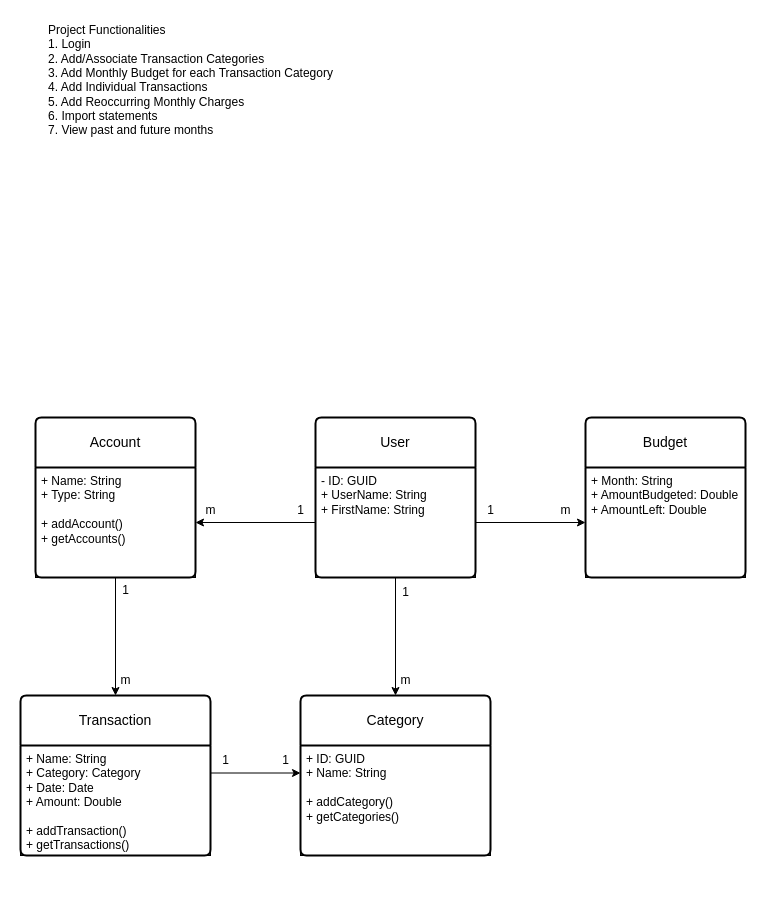
Above: Project Structure.drawio in gdhorner/FinanceFinder (draw.io), before the change. Source tidied: cells renumbered, new cells numbered last; positions are measured from the earlier drawing's top-left corner, leaving out a move shared by most shapes. Both pictures are drawn from the tidied source at 100%, with x=0, y=0 at pixel (20, 17).
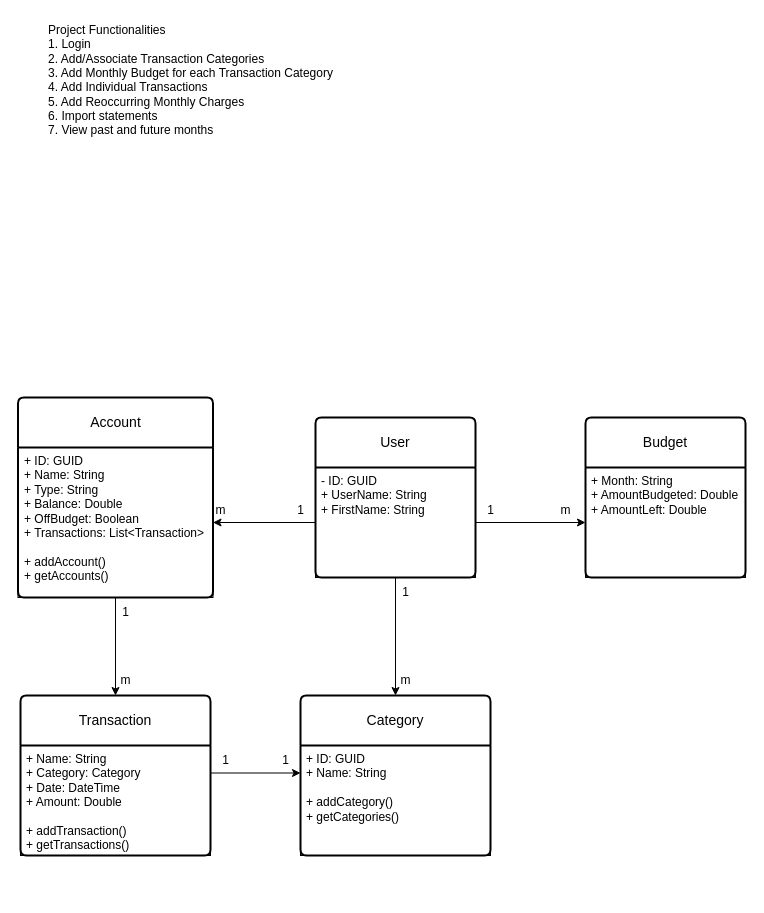
After the change.

The change refers to these unchanged cells:
```xml
<mxCell id="10" value="Transaction" style="swimlane;horizontal=1;startSize=50;rounded=1;fontSize=14;fontStyle=0;strokeWidth=2;shadow=0;align=center;arcSize=4;whiteSpace=wrap;html=1;" parent="1" vertex="1">
  <mxGeometry y="678" width="190" height="160" as="geometry" />
</mxCell>
```

Diff of the diagram source:
```diff
@@
     <mxCell id="5" value="Account" style="swimlane;horizontal=1;startSize=50;rounded=1;fontSize=14;fontStyle=0;strokeWidth=2;shadow=0;align=center;arcSize=4;whiteSpace=wrap;html=1;" parent="1" vertex="1">
-      <mxGeometry x="15" y="400" width="160" height="160" as="geometry" />
+      <mxGeometry x="-2.5" y="380" width="195" height="200" as="geometry" />
     </mxCell>
-    <mxCell id="6" value="+ Name: String&lt;br&gt;+ Type: String&lt;br&gt;&lt;br&gt;+ addAccount()&lt;br&gt;+ getAccounts()&lt;br&gt;&amp;nbsp;&amp;nbsp;" style="align=left;strokeColor=default;fillColor=none;spacingLeft=4;fontSize=12;verticalAlign=top;html=1;" parent="5" vertex="1">
-      <mxGeometry y="50" width="160" height="110" as="geometry" />
+    <mxCell id="6" value="+ ID: GUID&lt;br&gt;+ Name: String&lt;br&gt;+ Type: String&lt;br&gt;+ Balance: Double&lt;br&gt;+ OffBudget: Boolean&amp;nbsp; &amp;nbsp; &amp;nbsp; &amp;nbsp;&amp;nbsp;&lt;br&gt;+ Transactions: List&amp;lt;Transaction&amp;gt;&lt;br&gt;&lt;br&gt;+ addAccount()&lt;br&gt;+ getAccounts()&lt;br&gt;&amp;nbsp;&amp;nbsp;" style="align=left;strokeColor=default;fillColor=none;spacingLeft=4;fontSize=12;verticalAlign=top;html=1;" parent="5" vertex="1">
+      <mxGeometry y="50" width="195" height="150" as="geometry" />
     </mxCell>
@@
     <mxCell id="9" value="m" style="text;html=1;align=center;verticalAlign=middle;strokeColor=none;fillColor=none;" parent="1" vertex="1">
-      <mxGeometry x="175" y="478" width="30" height="30" as="geometry" />
+      <mxGeometry x="185" y="478" width="30" height="30" as="geometry" />
     </mxCell>
@@
-    <mxCell id="11" value="+ Name: String&lt;br&gt;+ Category: Category&lt;br&gt;+ Date: Date&lt;br&gt;+ Amount: Double&lt;br&gt;&lt;br&gt;+ addTransaction()&lt;br&gt;+ getTransactions()&lt;br&gt;&lt;br&gt;&lt;br&gt;&amp;nbsp;&amp;nbsp;" style="align=left;strokeColor=default;fillColor=none;spacingLeft=4;fontSize=12;verticalAlign=top;html=1;" parent="10" vertex="1">
+    <mxCell id="11" value="+ Name: String&lt;br&gt;+ Category: Category&lt;br&gt;+ Date: DateTime&lt;br&gt;+ Amount: Double&lt;br&gt;&lt;br&gt;+ addTransaction()&lt;br&gt;+ getTransactions()&lt;br&gt;&lt;br&gt;&lt;br&gt;&amp;nbsp;&amp;nbsp;" style="align=left;strokeColor=default;fillColor=none;spacingLeft=4;fontSize=12;verticalAlign=top;html=1;" parent="10" vertex="1">
       <mxGeometry y="50" width="190" height="110" as="geometry" />
     </mxCell>
@@
     <mxCell id="13" value="1" style="text;html=1;align=center;verticalAlign=middle;strokeColor=none;fillColor=none;" parent="1" vertex="1">
-      <mxGeometry x="90" y="558" width="30" height="30" as="geometry" />
+      <mxGeometry x="90" y="580" width="30" height="30" as="geometry" />
     </mxCell>
```
